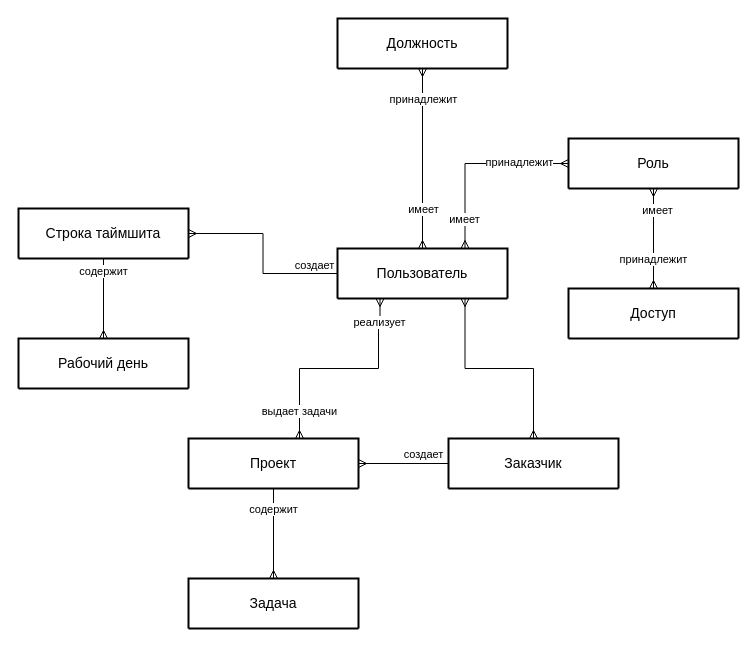
The draw.io diagram etc/regulations/digram.drawio in WellRodo/timetracker, before the edit. Source tidied: cells renumbered, new cells numbered last; positions are measured from the earlier drawing's top-left corner, leaving out a move shared by most shapes. Both pictures are drawn from the tidied source at 100%, with x=0, y=0 at pixel (18, 18).
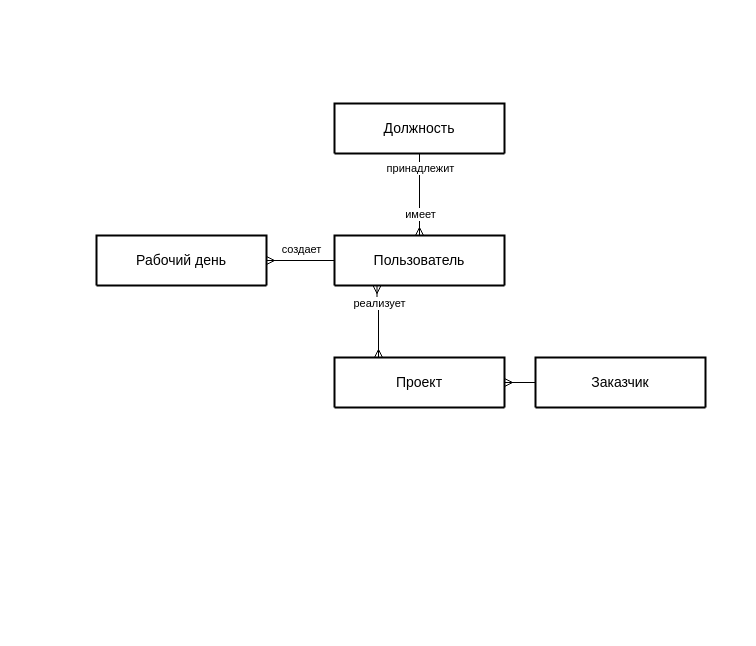
Above is the later version.

Commit message (it also covers changes not shown here):
Исправление диаграммы развертывания, онтологической модели и ключевых участников

Unchanged cells that the change refers to:
```xml
<mxCell id="5" style="edgeStyle=orthogonalEdgeStyle;rounded=0;jettySize=auto;html=1;exitX=1;exitY=0.5;exitDx=0;exitDy=0;entryX=0;entryY=0.5;entryDx=0;entryDy=0;startArrow=ERmany;startFill=0;endArrow=none;endFill=0;" parent="1" edge="1" source="9" target="12">
  <mxGeometry relative="1" as="geometry" />
</mxCell>
```

What changed in the source:
```diff
@@
-    <mxCell id="2" style="edgeStyle=orthogonalEdgeStyle;rounded=0;jettySize=auto;html=1;exitX=0.5;exitY=1;exitDx=0;exitDy=0;entryX=0.5;entryY=0;entryDx=0;entryDy=0;endArrow=ERmany;endFill=0;" parent="1" edge="1" source="4" target="31">
-      <mxGeometry relative="1" as="geometry" />
-    </mxCell>
-    <mxCell id="3" value="содержит" style="edgeLabel;html=1;align=center;verticalAlign=middle;" parent="2" vertex="1">
-      <mxGeometry x="-0.71" y="-1" relative="1" as="geometry" />
-    </mxCell>
-    <mxCell id="4" value="Строка таймшита" style="swimlane;horizontal=1;startSize=120;rounded=1;fontSize=14;fontStyle=0;strokeWidth=2;shadow=0;dashed=0;align=center;arcSize=4;whiteSpace=wrap;html=1;" parent="1" vertex="1">
-      <mxGeometry y="190" width="170" height="50" as="geometry" />
-    </mxCell>
@@
-    <mxCell id="6" value="создает" style="edgeLabel;html=1;align=center;verticalAlign=middle;" parent="5" vertex="1">
-      <mxGeometry x="0.58" y="3" relative="1" as="geometry">
-        <mxPoint x="-7" y="-7" as="offset" />
-      </mxGeometry>
-    </mxCell>
-    <mxCell id="7" style="edgeStyle=orthogonalEdgeStyle;rounded=0;jettySize=auto;html=1;exitX=0.5;exitY=1;exitDx=0;exitDy=0;entryX=0.5;entryY=0;entryDx=0;entryDy=0;endArrow=ERmany;endFill=0;" parent="1" edge="1" source="9" target="10">
-      <mxGeometry relative="1" as="geometry" />
-    </mxCell>
-    <mxCell id="8" value="содержит" style="edgeLabel;html=1;align=center;verticalAlign=middle;" parent="7" vertex="1">
-      <mxGeometry x="-0.56" y="-1" relative="1" as="geometry" />
-    </mxCell>
     <mxCell id="9" value="Проект" style="swimlane;horizontal=1;startSize=120;rounded=1;fontSize=14;fontStyle=0;strokeWidth=2;shadow=0;dashed=0;align=center;arcSize=4;whiteSpace=wrap;html=1;" parent="1" vertex="1">
-      <mxGeometry x="170" y="420" width="170" height="50" as="geometry" />
+      <mxGeometry x="316" y="339" width="170" height="50" as="geometry" />
     </mxCell>
-    <mxCell id="10" value="Задача" style="swimlane;horizontal=1;startSize=120;rounded=1;fontSize=14;fontStyle=0;strokeWidth=2;shadow=0;dashed=0;align=center;arcSize=4;whiteSpace=wrap;html=1;" parent="1" vertex="1">
-      <mxGeometry x="170" y="560" width="170" height="50" as="geometry" />
-    </mxCell>
-    <mxCell id="11" style="edgeStyle=orthogonalEdgeStyle;rounded=0;jettySize=auto;html=1;entryX=0.75;entryY=1;entryDx=0;entryDy=0;startArrow=ERmany;startFill=0;endArrow=ERmany;endFill=0;" parent="1" edge="1" source="12" target="29">
-      <mxGeometry relative="1" as="geometry" />
-    </mxCell>
     <mxCell id="12" value="Заказчик" style="swimlane;horizontal=1;startSize=120;rounded=1;fontSize=14;fontStyle=0;strokeWidth=2;shadow=0;dashed=0;align=center;arcSize=4;whiteSpace=wrap;html=1;" parent="1" vertex="1">
-      <mxGeometry x="430" y="420" width="170" height="50" as="geometry" />
+      <mxGeometry x="517" y="339" width="170" height="50" as="geometry" />
     </mxCell>
-    <mxCell id="13" style="edgeStyle=orthogonalEdgeStyle;rounded=0;jettySize=auto;html=1;exitX=0.5;exitY=1;exitDx=0;exitDy=0;entryX=0.5;entryY=0;entryDx=0;entryDy=0;startArrow=ERmany;startFill=0;endArrow=ERmany;endFill=0;" parent="1" edge="1" source="16" target="17">
-      <mxGeometry relative="1" as="geometry" />
-    </mxCell>
-    <mxCell id="14" value="имеет" style="edgeLabel;html=1;align=center;verticalAlign=middle;" parent="13" vertex="1">
-      <mxGeometry x="-0.53" y="3" relative="1" as="geometry">
-        <mxPoint y="-3" as="offset" />
-      </mxGeometry>
-    </mxCell>
-    <mxCell id="15" value="принадлежит" style="edgeLabel;html=1;align=center;verticalAlign=middle;" parent="13" vertex="1">
-      <mxGeometry x="0.2" y="-1" relative="1" as="geometry">
-        <mxPoint y="10" as="offset" />
-      </mxGeometry>
-    </mxCell>
-    <mxCell id="16" value="Роль" style="swimlane;horizontal=1;startSize=120;rounded=1;fontSize=14;fontStyle=0;strokeWidth=2;shadow=0;dashed=0;align=center;arcSize=4;whiteSpace=wrap;html=1;" parent="1" vertex="1">
-      <mxGeometry x="550" y="120" width="170" height="50" as="geometry" />
-    </mxCell>
-    <mxCell id="17" value="Доступ" style="swimlane;horizontal=1;startSize=120;rounded=1;fontSize=14;fontStyle=0;strokeWidth=2;shadow=0;dashed=0;align=center;arcSize=4;whiteSpace=wrap;html=1;" parent="1" vertex="1">
-      <mxGeometry x="550" y="270" width="170" height="50" as="geometry" />
-    </mxCell>
-    <mxCell id="18" style="edgeStyle=orthogonalEdgeStyle;rounded=0;jettySize=auto;html=1;exitX=0.75;exitY=0;exitDx=0;exitDy=0;entryX=0;entryY=0.5;entryDx=0;entryDy=0;endArrow=ERmany;endFill=0;startArrow=ERmany;startFill=0;" parent="1" edge="1" source="29" target="16">
-      <mxGeometry relative="1" as="geometry" />
-    </mxCell>
-    <mxCell id="19" value="имеет" style="edgeLabel;html=1;align=center;verticalAlign=middle;" parent="18" vertex="1">
-      <mxGeometry x="-0.79" y="1" relative="1" as="geometry">
-        <mxPoint y="-10" as="offset" />
-      </mxGeometry>
-    </mxCell>
-    <mxCell id="20" value="принадлежит" style="edgeLabel;html=1;align=center;verticalAlign=middle;" parent="18" vertex="1">
-      <mxGeometry x="0.62" y="2" relative="1" as="geometry">
-        <mxPoint x="-14" as="offset" />
-      </mxGeometry>
-    </mxCell>
     <mxCell id="21" style="edgeStyle=orthogonalEdgeStyle;rounded=0;jettySize=auto;html=1;startArrow=ERmany;startFill=0;endArrow=ERmany;endFill=0;exitX=0.25;exitY=1;exitDx=0;exitDy=0;" parent="1" edge="1" source="29" target="9">
       <mxGeometry relative="1" as="geometry">
         <Array as="points">
-          <mxPoint x="362" y="310" />
-          <mxPoint x="360" y="310" />
-          <mxPoint x="360" y="350" />
-          <mxPoint x="281" y="350" />
+          <mxPoint x="360" y="280" />
         </Array>
       </mxGeometry>
     </mxCell>
     <mxCell id="22" value="реализует" style="edgeLabel;html=1;align=center;verticalAlign=middle;" parent="21" vertex="1">
-      <mxGeometry x="-0.79" y="-1" relative="1" as="geometry" />
+      <mxGeometry x="-0.79" y="-1" relative="1" as="geometry">
+        <mxPoint x="3" y="9" as="offset" />
+      </mxGeometry>
     </mxCell>
-    <mxCell id="23" value="выдает задачи" style="edgeLabel;html=1;align=center;verticalAlign=middle;" parent="21" vertex="1">
-      <mxGeometry x="0.75" y="-1" relative="1" as="geometry" />
-    </mxCell>
-    <mxCell id="24" style="edgeStyle=orthogonalEdgeStyle;rounded=0;jettySize=auto;html=1;exitX=0.5;exitY=0;exitDx=0;exitDy=0;entryX=0.5;entryY=1;entryDx=0;entryDy=0;endArrow=ERmany;endFill=0;startArrow=ERmany;startFill=0;" parent="1" edge="1" source="29" target="30">
+    <mxCell id="24" style="edgeStyle=orthogonalEdgeStyle;rounded=0;jettySize=auto;html=1;exitX=0.5;exitY=0;exitDx=0;exitDy=0;entryX=0.5;entryY=1;entryDx=0;entryDy=0;endArrow=none;endFill=0;startArrow=ERmany;startFill=0;" parent="1" edge="1" source="29" target="30">
       <mxGeometry relative="1" as="geometry" />
     </mxCell>
     <mxCell id="25" value="имеет" style="edgeLabel;html=1;align=center;verticalAlign=middle;" parent="24" vertex="1">
       <mxGeometry x="-0.81" y="2" relative="1" as="geometry">
-        <mxPoint x="2" y="-23" as="offset" />
+        <mxPoint x="2" y="-14" as="offset" />
       </mxGeometry>
     </mxCell>
     <mxCell id="26" value="принадлежит" style="edgeLabel;html=1;align=center;verticalAlign=middle;" parent="24" vertex="1">
       <mxGeometry x="0.86" relative="1" as="geometry">
-        <mxPoint y="17" as="offset" />
+        <mxPoint y="8" as="offset" />
       </mxGeometry>
     </mxCell>
-    <mxCell id="27" style="edgeStyle=orthogonalEdgeStyle;rounded=0;jettySize=auto;html=1;exitX=0;exitY=0.5;exitDx=0;exitDy=0;entryX=1;entryY=0.5;entryDx=0;entryDy=0;endArrow=ERmany;endFill=0;" parent="1" edge="1" source="29" target="4">
+    <mxCell id="27" style="edgeStyle=orthogonalEdgeStyle;rounded=0;jettySize=auto;html=1;exitX=0;exitY=0.5;exitDx=0;exitDy=0;entryX=1;entryY=0.5;entryDx=0;entryDy=0;endArrow=ERmany;endFill=0;" parent="1" edge="1" source="29" target="31">
       <mxGeometry relative="1" as="geometry" />
     </mxCell>
     <mxCell id="28" value="создает" style="edgeLabel;html=1;align=center;verticalAlign=middle;" parent="27" vertex="1">
       <mxGeometry x="-0.55" y="-2" relative="1" as="geometry">
-        <mxPoint x="19" y="-7" as="offset" />
+        <mxPoint x="-19" y="-10" as="offset" />
       </mxGeometry>
     </mxCell>
     <mxCell id="29" value="Пользователь" style="swimlane;horizontal=1;startSize=120;rounded=1;fontSize=14;fontStyle=0;strokeWidth=2;shadow=0;dashed=0;align=center;arcSize=4;whiteSpace=wrap;html=1;" parent="1" vertex="1">
-      <mxGeometry x="319" y="230" width="170" height="50" as="geometry" />
+      <mxGeometry x="316" y="217" width="170" height="50" as="geometry" />
     </mxCell>
     <mxCell id="30" value="Должность" style="swimlane;horizontal=1;startSize=120;rounded=1;fontSize=14;fontStyle=0;strokeWidth=2;shadow=0;dashed=0;align=center;arcSize=4;whiteSpace=wrap;html=1;" parent="1" vertex="1">
-      <mxGeometry x="319" width="170" height="50" as="geometry" />
+      <mxGeometry x="316" y="85" width="170" height="50" as="geometry" />
     </mxCell>
     <mxCell id="31" value="Рабочий день" style="swimlane;horizontal=1;startSize=120;rounded=1;fontSize=14;fontStyle=0;strokeWidth=2;shadow=0;dashed=0;align=center;arcSize=4;whiteSpace=wrap;html=1;" parent="1" vertex="1">
-      <mxGeometry y="320" width="170" height="50" as="geometry" />
+      <mxGeometry x="78" y="217" width="170" height="50" as="geometry" />
     </mxCell>
```
